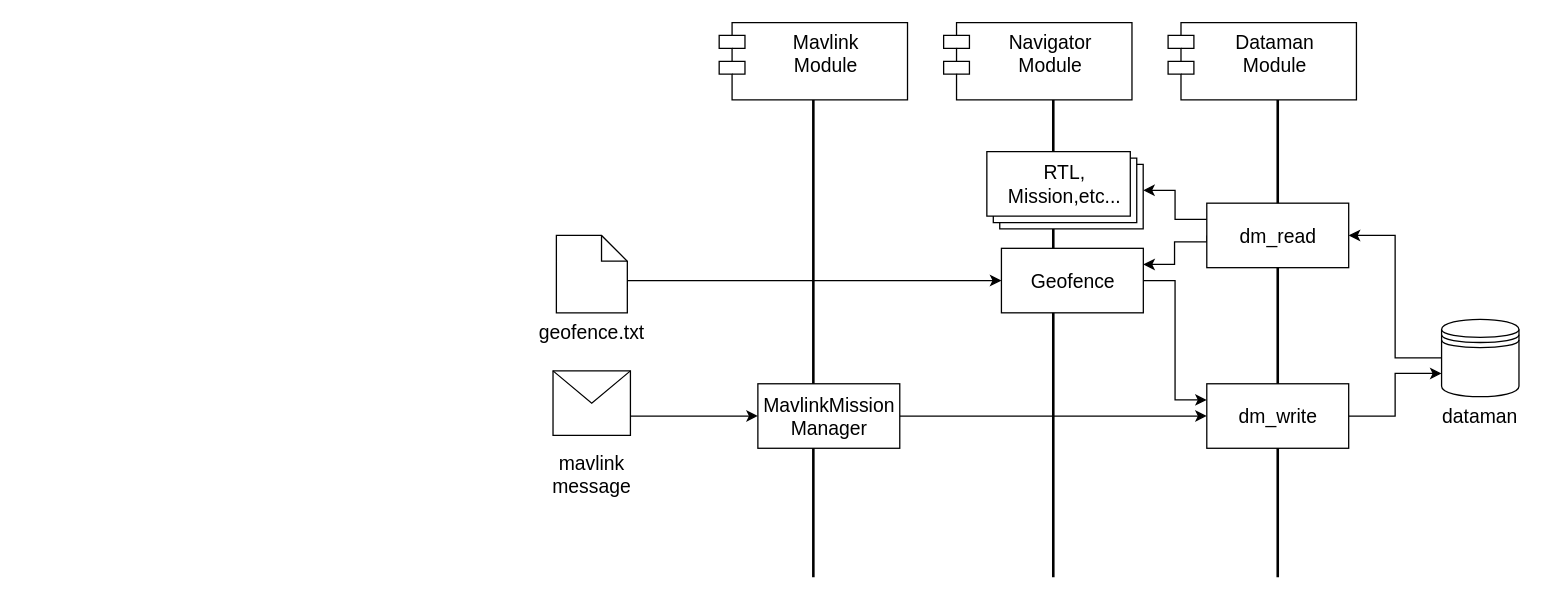
sju0924/sju0924 keeps this draw.io diagram as page "geofence" (1 of 2) of Untitled Diagram.drawio. Above is the earlier version. Source tidied: cells renumbered, new cells numbered last; positions are measured from the earlier drawing's top-left corner, leaving out a move shared by most shapes. Both pictures are drawn from the tidied source at 129%, with x=0, y=0 at pixel (520, 22).
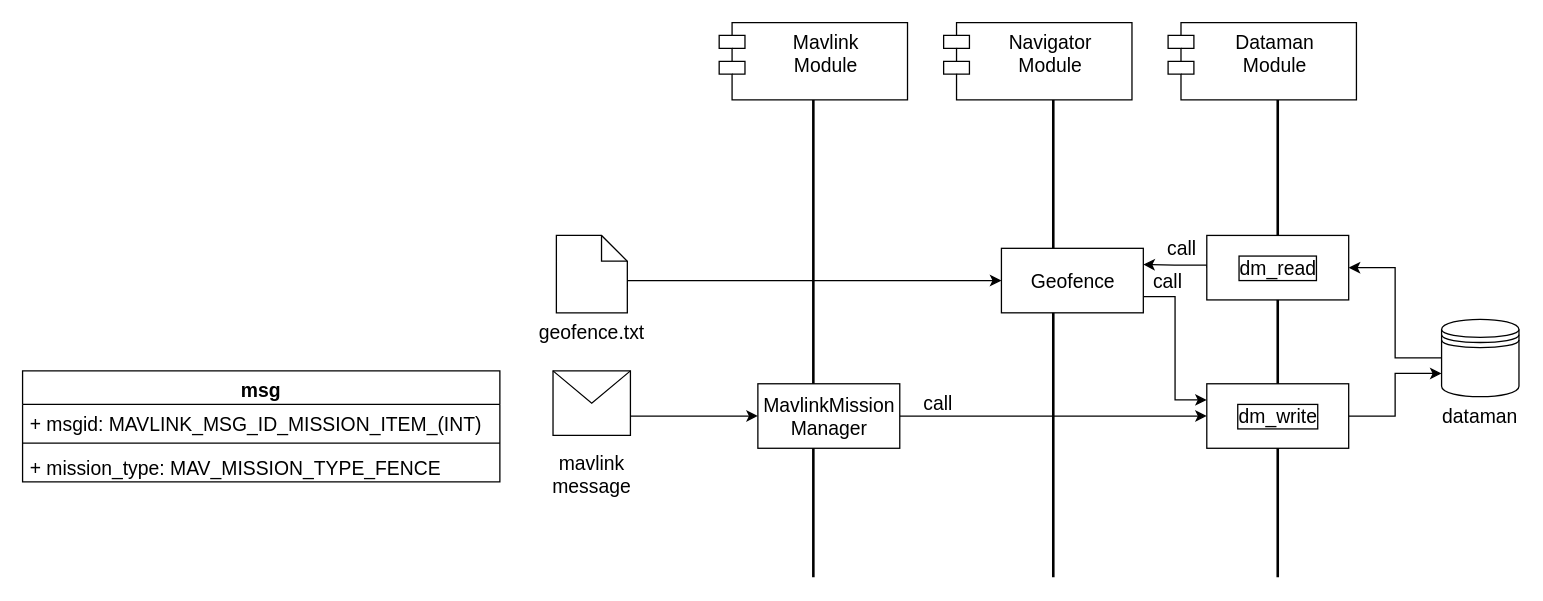
The same page after the edit.

The change refers to these unchanged cells:
```xml
<mxCell id="18" value="Geofence" style="html=1;fontSize=15;" parent="1" vertex="1">
  <mxGeometry x="372.8" y="175" width="110" height="50" as="geometry" />
</mxCell>
```

Diff of the diagram source:
```diff
@@
-    <mxCell id="17" style="edgeStyle=orthogonalEdgeStyle;rounded=0;jettySize=auto;html=1;exitX=1;exitY=0.5;exitDx=0;exitDy=0;entryX=0;entryY=0.25;entryDx=0;entryDy=0;fontSize=15;" parent="1" edge="1" source="18" target="22">
+    <mxCell id="17" style="edgeStyle=orthogonalEdgeStyle;rounded=0;jettySize=auto;html=1;exitX=1;exitY=0.75;exitDx=0;exitDy=0;entryX=0;entryY=0.25;entryDx=0;entryDy=0;fontSize=15;" parent="1" edge="1" source="18" target="22">
       <mxGeometry relative="1" as="geometry" />
     </mxCell>
@@
-    <mxCell id="22" value="dm_write" style="html=1;fontSize=15;" parent="1" vertex="1">
+    <mxCell id="22" value="dm_write" style="html=1;fontSize=15;labelBorderColor=default;" parent="1" vertex="1">
       <mxGeometry x="532" y="280" width="110" height="50" as="geometry" />
     </mxCell>
     <mxCell id="23" style="edgeStyle=orthogonalEdgeStyle;rounded=0;jettySize=auto;html=1;exitX=0;exitY=0.5;exitDx=0;exitDy=0;entryX=1;entryY=0.25;entryDx=0;entryDy=0;fontSize=15;" parent="1" edge="1" source="25" target="18">
       <mxGeometry relative="1" as="geometry">
         <Array as="points">
-          <mxPoint x="532" y="170" />
-          <mxPoint x="507" y="170" />
+          <mxPoint x="532" y="188" />
           <mxPoint x="507" y="188" />
         </Array>
       </mxGeometry>
     </mxCell>
-    <mxCell id="24" style="edgeStyle=orthogonalEdgeStyle;rounded=0;jettySize=auto;html=1;exitX=0;exitY=0.25;exitDx=0;exitDy=0;fontSize=15;" parent="1" edge="1" source="25" target="26">
-      <mxGeometry relative="1" as="geometry" />
-    </mxCell>
-    <mxCell id="25" value="dm_read" style="html=1;fontSize=15;" parent="1" vertex="1">
-      <mxGeometry x="532" y="140" width="110" height="50" as="geometry" />
+    <mxCell id="25" value="dm_read" style="html=1;fontSize=15;labelBorderColor=default;" parent="1" vertex="1">
+      <mxGeometry x="532" y="165" width="110" height="50" as="geometry" />
     </mxCell>
-    <mxCell id="26" style="verticalLabelPosition=bottom;verticalAlign=top;html=1;shape=mxgraph.basic.layered_rect;dx=10;outlineConnect=0;fontSize=15;" parent="1" vertex="1">
-      <mxGeometry x="361.5" y="100" width="121.2" height="60" as="geometry" />
-    </mxCell>
-    <mxCell id="27" value="RTL, Mission,etc..." style="text;html=1;strokeColor=none;fillColor=none;align=center;verticalAlign=middle;whiteSpace=wrap;rounded=0;fontSize=15;" parent="1" vertex="1">
-      <mxGeometry x="392.1" y="110" width="60" height="30" as="geometry" />
-    </mxCell>
+    <mxCell id="28" value="msg" style="swimlane;fontStyle=1;align=center;verticalAlign=top;horizontal=1;startSize=26;fontSize=15;" parent="1" vertex="1">
+      <mxGeometry x="-386" y="270" width="370" height="86" as="geometry" />
+    </mxCell>
+    <mxCell id="29" value="+ msgid: MAVLINK_MSG_ID_MISSION_ITEM_(INT)" style="text;strokeColor=none;fillColor=none;align=left;verticalAlign=top;spacingLeft=4;spacingRight=4;overflow=hidden;fontSize=15;" parent="28" vertex="1">
+      <mxGeometry y="26" width="370" height="26" as="geometry" />
+    </mxCell>
+    <mxCell id="30" style="line;strokeWidth=1;fillColor=none;align=left;verticalAlign=middle;spacingTop=-1;spacingLeft=3;spacingRight=3;labelPosition=right;fontSize=15;" parent="28" vertex="1">
+      <mxGeometry y="52" width="370" height="8" as="geometry" />
+    </mxCell>
+    <mxCell id="31" value="+ mission_type: MAV_MISSION_TYPE_FENCE" style="text;strokeColor=none;fillColor=none;align=left;verticalAlign=top;spacingLeft=4;spacingRight=4;overflow=hidden;fontSize=15;" parent="28" vertex="1">
+      <mxGeometry y="60" width="370" height="26" as="geometry" />
+    </mxCell>
+    <mxCell id="32" value="call" style="text;html=1;strokeColor=none;fillColor=none;align=center;verticalAlign=middle;whiteSpace=wrap;rounded=0;fontSize=15;" parent="1" vertex="1">
+      <mxGeometry x="294" y="280" width="60" height="30" as="geometry" />
+    </mxCell>
+    <mxCell id="33" value="call" style="text;html=1;strokeColor=none;fillColor=none;align=center;verticalAlign=middle;whiteSpace=wrap;rounded=0;fontSize=15;" parent="1" vertex="1">
+      <mxGeometry x="482.8" y="160" width="60" height="30" as="geometry" />
+    </mxCell>
+    <mxCell id="34" value="call" style="text;html=1;strokeColor=none;fillColor=none;align=center;verticalAlign=middle;whiteSpace=wrap;rounded=0;fontSize=15;" parent="1" vertex="1">
+      <mxGeometry x="472" y="185" width="60" height="30" as="geometry" />
+    </mxCell>
```
